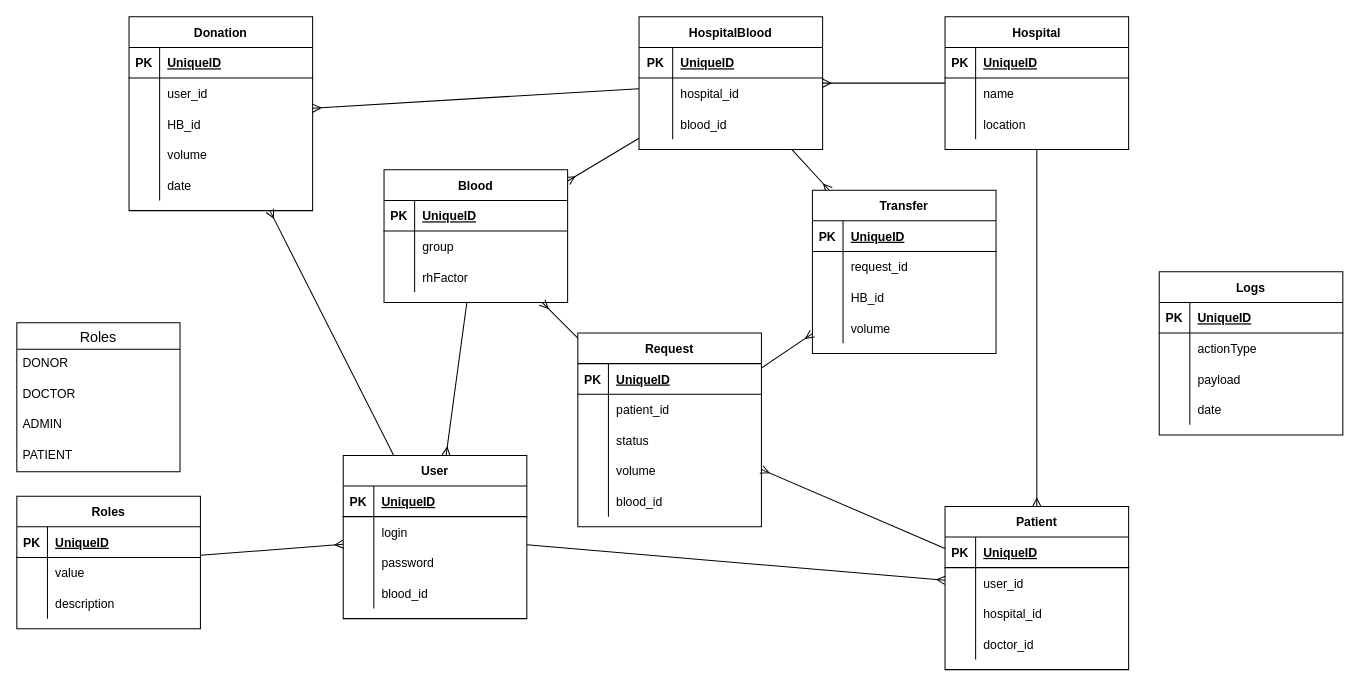
Above: database.drawio in Dispersioned/blood-donations-backend (draw.io), before the change. Source tidied: cells renumbered, new cells numbered last; positions are measured from the earlier drawing's top-left corner, leaving out a move shared by most shapes. Both pictures are drawn from the tidied source at 102%, with x=0, y=0 at pixel (16, 16).
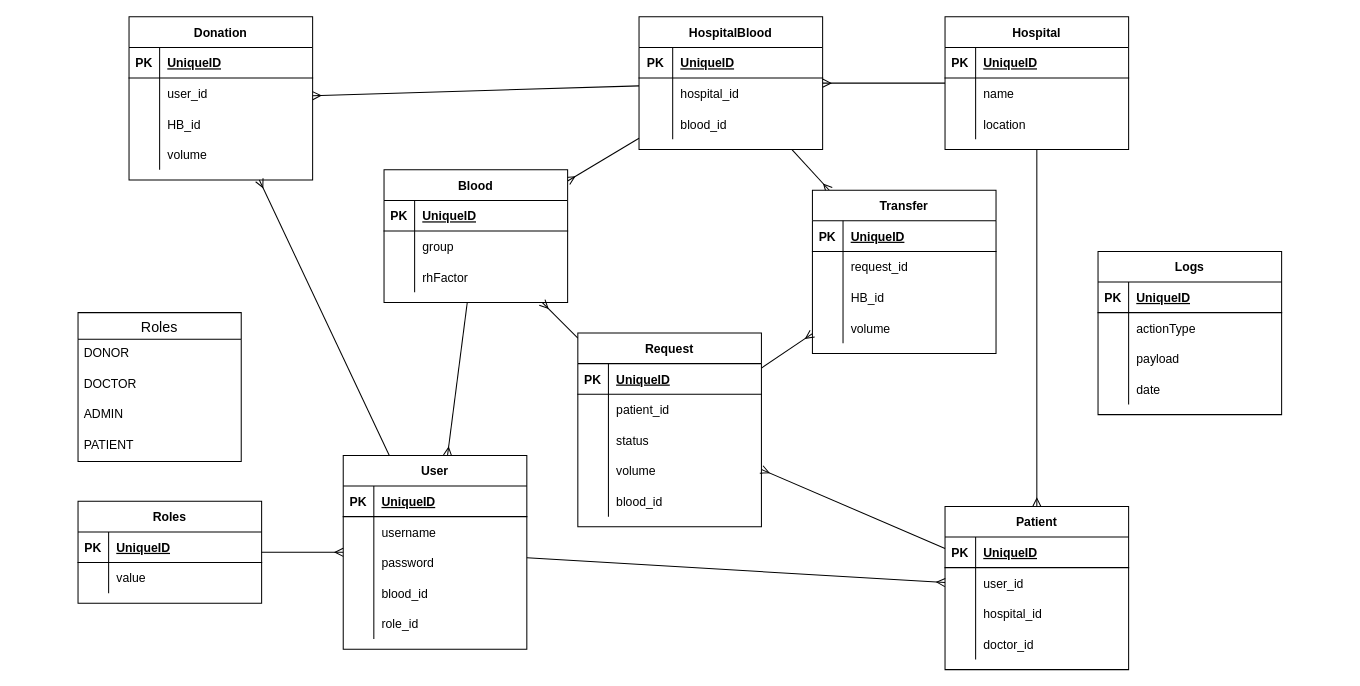
The same diagram, later.

Unchanged cells that the change refers to:
```xml
<mxCell id="9" style="shape=tableRow;horizontal=0;startSize=0;swimlaneHead=0;swimlaneBody=0;fillColor=none;top=0;left=0;right=0;bottom=0;" parent="5" vertex="1">
  <mxGeometry y="60" width="180" height="30" as="geometry" />
</mxCell>
```

What changed in the source:
```diff
@@
     <mxCell id="5" value="User" style="shape=table;startSize=30;childLayout=tableLayout;rowLines=0;fontStyle=1;align=center;" parent="1" vertex="1">
-      <mxGeometry x="320" y="430" width="180" height="160" as="geometry" />
+      <mxGeometry x="320" y="430" width="180" height="190" as="geometry" />
     </mxCell>
@@
-    <mxCell id="11" value="login" style="shape=partialRectangle;fillColor=none;top=0;left=0;bottom=0;right=0;align=left;spacingLeft=6;overflow=hidden;" parent="9" vertex="1">
+    <mxCell id="11" value="username" style="shape=partialRectangle;fillColor=none;top=0;left=0;bottom=0;right=0;align=left;spacingLeft=6;overflow=hidden;" parent="9" vertex="1">
       <mxGeometry x="30" width="150" height="30" as="geometry" />
     </mxCell>
@@
+    <mxCell id="67" style="shape=tableRow;horizontal=0;startSize=0;swimlaneHead=0;swimlaneBody=0;fillColor=none;top=0;left=0;right=0;bottom=0;" parent="5" vertex="1">
+      <mxGeometry y="150" width="180" height="30" as="geometry" />
+    </mxCell>
+    <mxCell id="143" style="shape=partialRectangle;fillColor=none;top=0;left=0;bottom=0;right=0;overflow=hidden;" parent="67" vertex="1">
+      <mxGeometry width="30" height="30" as="geometry" />
+    </mxCell>
+    <mxCell id="144" value="role_id" style="shape=partialRectangle;fillColor=none;top=0;left=0;bottom=0;right=0;align=left;spacingLeft=6;overflow=hidden;" parent="67" vertex="1">
+      <mxGeometry x="30" width="150" height="30" as="geometry" />
+    </mxCell>
@@
     <mxCell id="54" value="Donation" style="shape=table;startSize=30;childLayout=tableLayout;rowLines=0;fontStyle=1;align=center;" parent="1" vertex="1">
-      <mxGeometry x="110" width="180" height="190" as="geometry" />
+      <mxGeometry x="110" width="180" height="160" as="geometry" />
     </mxCell>
@@
-    <mxCell id="67" style="shape=tableRow;horizontal=0;startSize=0;swimlaneHead=0;swimlaneBody=0;fillColor=none;top=0;left=0;right=0;bottom=0;" parent="54" vertex="1">
-      <mxGeometry y="150" width="180" height="30" as="geometry" />
-    </mxCell>
-    <mxCell id="68" style="shape=partialRectangle;fillColor=none;top=0;left=0;bottom=0;right=0;overflow=hidden;" parent="67" vertex="1">
-      <mxGeometry width="30" height="30" as="geometry" />
-    </mxCell>
-    <mxCell id="69" value="date" style="shape=partialRectangle;fillColor=none;top=0;left=0;bottom=0;right=0;align=left;spacingLeft=6;overflow=hidden;" parent="67" vertex="1">
-      <mxGeometry x="30" width="150" height="30" as="geometry" />
-    </mxCell>
     <mxCell id="70" value="Roles" style="shape=table;startSize=30;childLayout=tableLayout;rowLines=0;fontStyle=1;align=center;" parent="1" vertex="1">
-      <mxGeometry y="470" width="180" height="130" as="geometry" />
+      <mxGeometry x="60" y="475" width="180" height="100" as="geometry" />
     </mxCell>
@@
-    <mxCell id="77" style="shape=tableRow;horizontal=0;startSize=0;swimlaneHead=0;swimlaneBody=0;fillColor=none;top=0;left=0;right=0;bottom=0;" parent="70" vertex="1">
-      <mxGeometry y="90" width="180" height="30" as="geometry" />
-    </mxCell>
-    <mxCell id="78" style="shape=partialRectangle;fillColor=none;top=0;left=0;bottom=0;right=0;overflow=hidden;" parent="77" vertex="1">
-      <mxGeometry width="30" height="30" as="geometry" />
-    </mxCell>
-    <mxCell id="79" value="description" style="shape=partialRectangle;fillColor=none;top=0;left=0;bottom=0;right=0;align=left;spacingLeft=6;overflow=hidden;" parent="77" vertex="1">
-      <mxGeometry x="30" width="150" height="30" as="geometry" />
-    </mxCell>
@@
     <mxCell id="95" value="Roles" style="swimlane;fontStyle=0;horizontal=1;startSize=26;align=center;fontSize=14;" parent="1" vertex="1">
-      <mxGeometry y="300" width="160" height="146" as="geometry" />
+      <mxGeometry x="60" y="290" width="160" height="146" as="geometry" />
     </mxCell>
@@
     <mxCell id="100" value="Logs" style="shape=table;startSize=30;childLayout=tableLayout;rowLines=0;fontStyle=1;align=center;" parent="1" vertex="1">
-      <mxGeometry x="1120" y="250" width="180" height="160" as="geometry" />
+      <mxGeometry x="1060" y="230" width="180" height="160" as="geometry" />
     </mxCell>
```
